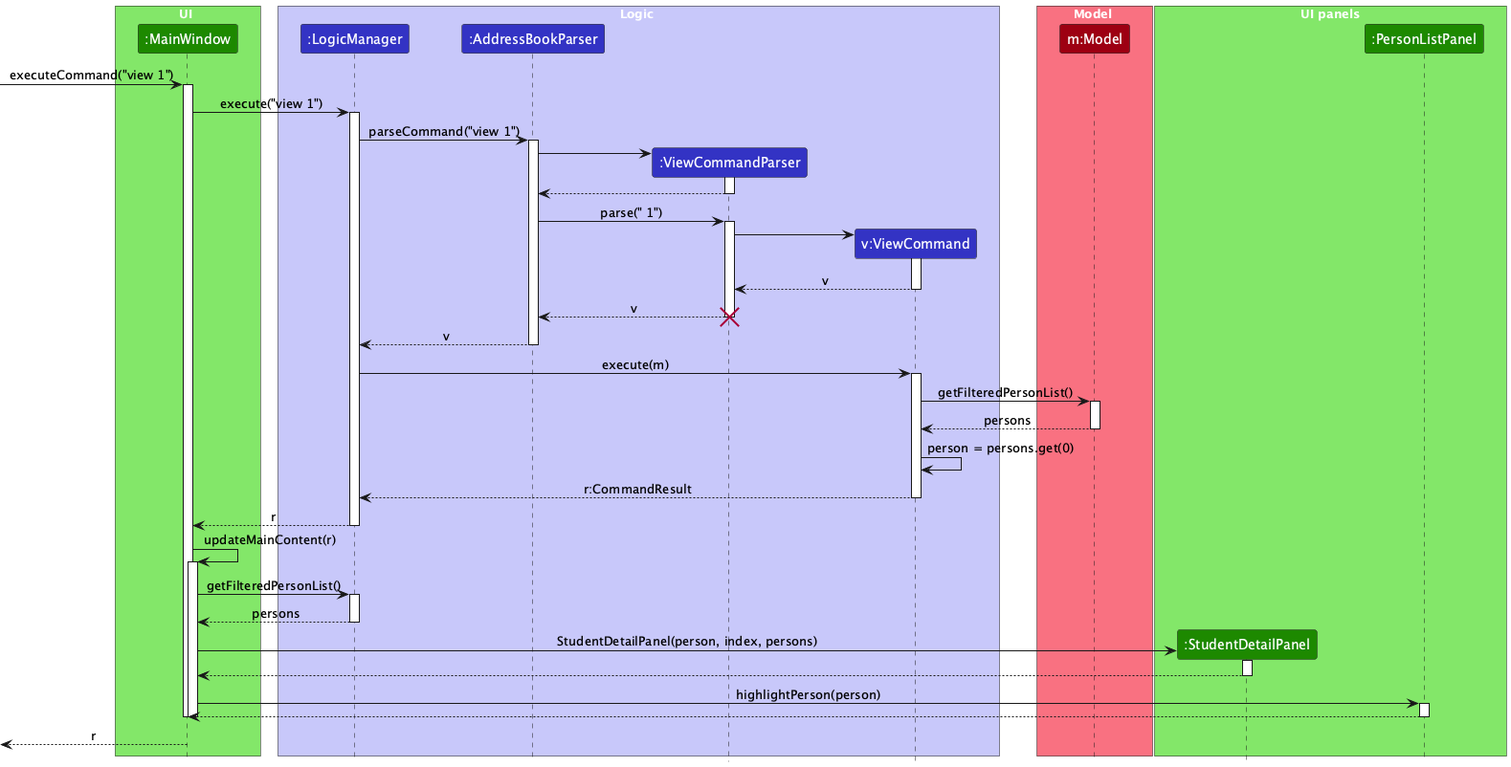
Earlier version of the PlantUML export docs/images/ViewStudentDetailSequenceDiagram.png (AY2627S1-CS2103T-T09-1/tp). Its diagram source:
```plantuml
@startuml
!include style.puml
skinparam ArrowFontStyle plain

box UI UI_COLOR_T1
participant ":MainWindow" as MainWindow UI_COLOR
end box

box Logic LOGIC_COLOR_T1
participant ":LogicManager" as LogicManager LOGIC_COLOR
participant ":AddressBookParser" as AddressBookParser LOGIC_COLOR
participant ":ViewCommandParser" as ViewCommandParser LOGIC_COLOR
participant "v:ViewCommand" as ViewCommand LOGIC_COLOR
end box

box Model MODEL_COLOR_T1
participant "m:Model" as Model MODEL_COLOR
end box

box "UI panels" UI_COLOR_T1
participant ":StudentDetailPanel" as StudentDetailPanel UI_COLOR
participant ":PersonListPanel" as PersonListPanel UI_COLOR
end box

[-> MainWindow : executeCommand("view 1")
activate MainWindow
MainWindow -> LogicManager : execute("view 1")
activate LogicManager

LogicManager -> AddressBookParser : parseCommand("view 1")
activate AddressBookParser

create ViewCommandParser
AddressBookParser -> ViewCommandParser
activate ViewCommandParser
ViewCommandParser --> AddressBookParser
deactivate ViewCommandParser

AddressBookParser -> ViewCommandParser : parse(" 1")
activate ViewCommandParser

create ViewCommand
ViewCommandParser -> ViewCommand
activate ViewCommand
ViewCommand --> ViewCommandParser : v
deactivate ViewCommand

ViewCommandParser --> AddressBookParser : v
deactivate ViewCommandParser
destroy ViewCommandParser

AddressBookParser --> LogicManager : v
deactivate AddressBookParser

LogicManager -> ViewCommand : execute(m)
activate ViewCommand

ViewCommand -> Model : getFilteredPersonList()
activate Model
Model --> ViewCommand : persons
deactivate Model

ViewCommand -> ViewCommand : person = persons.get(0)

ViewCommand --> LogicManager : r:CommandResult
deactivate ViewCommand

LogicManager --> MainWindow : r
deactivate LogicManager

MainWindow -> MainWindow : updateMainContent(r)
activate MainWindow

MainWindow -> LogicManager : getFilteredPersonList()
activate LogicManager
LogicManager --> MainWindow : persons
deactivate LogicManager

create StudentDetailPanel
MainWindow -> StudentDetailPanel : StudentDetailPanel(person, index, persons)
activate StudentDetailPanel
StudentDetailPanel --> MainWindow
deactivate StudentDetailPanel

MainWindow -> PersonListPanel : highlightPerson(person)
activate PersonListPanel
PersonListPanel --> MainWindow
deactivate PersonListPanel
deactivate MainWindow

deactivate MainWindow
[<-- MainWindow : r
@enduml
```
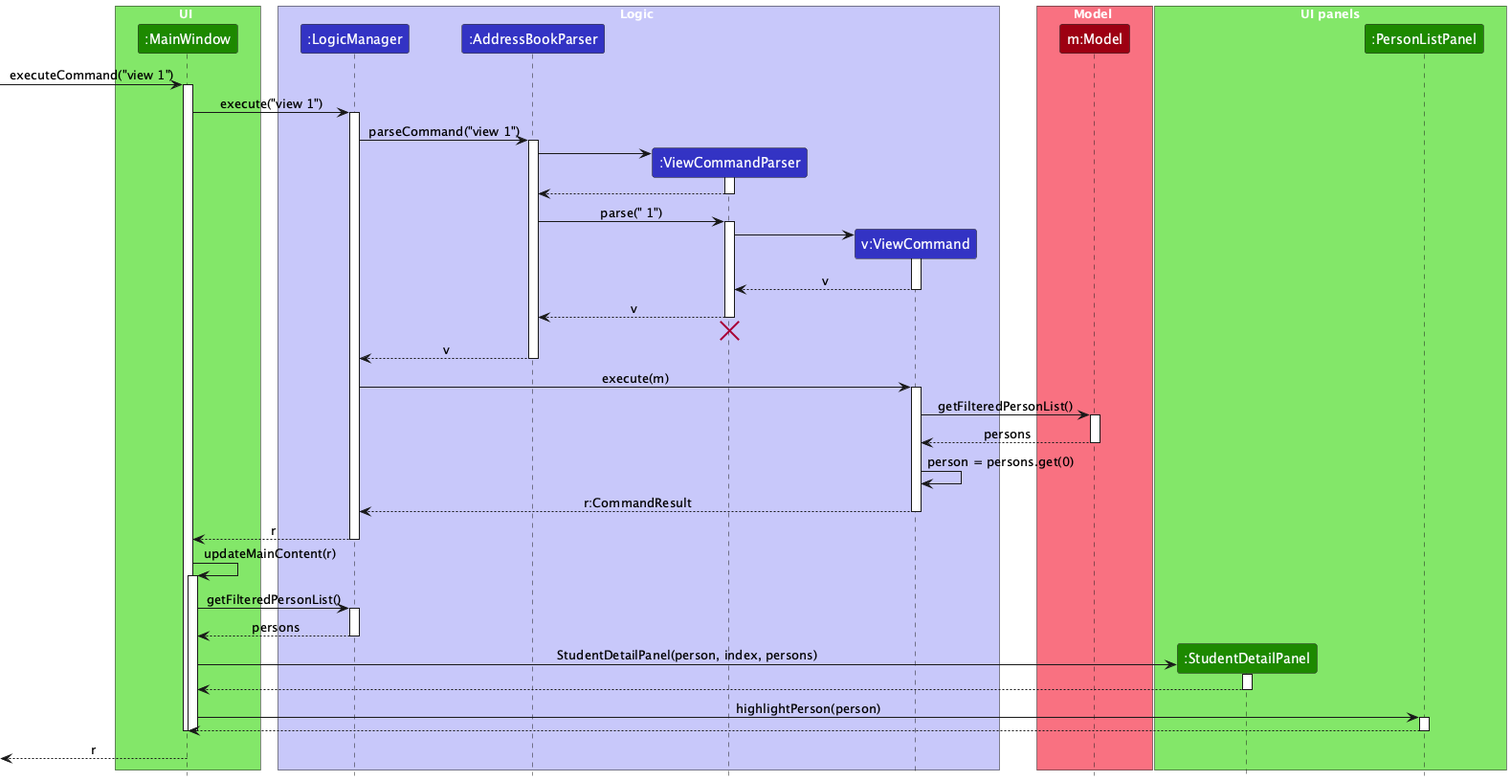
After the change.

Commit message:
Adjust view parser destroy marker

The edit, as a diff of the source:
```diff
@@ -47,6 +47,7 @@
 
 ViewCommandParser --> AddressBookParser : v
 deactivate ViewCommandParser
+ViewCommandParser -[hidden]-> AddressBookParser
 destroy ViewCommandParser
 
 AddressBookParser --> LogicManager : v
```
